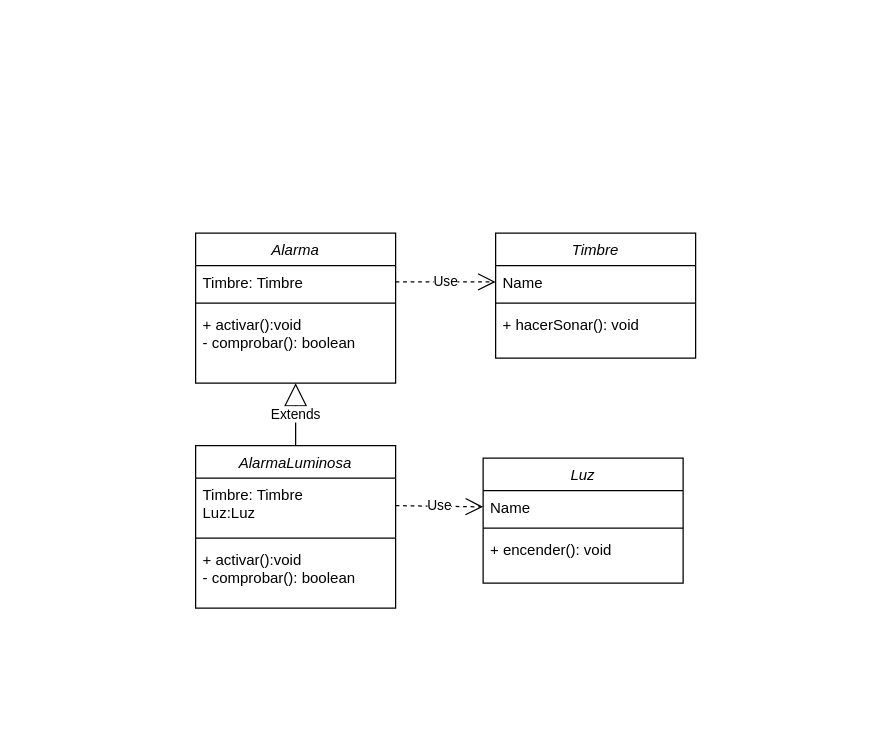
The draw.io diagram practica2/Alarma/Docs/Diagrama Clases - Alarma.drawio in Yaco10/ejercicios-poo-java, before the edit. Source tidied: cells renumbered, new cells numbered last; positions are measured from the earlier drawing's top-left corner, leaving out a move shared by most shapes. Both pictures are drawn from the tidied source at 125%, with x=0, y=0 at pixel (195, 232).
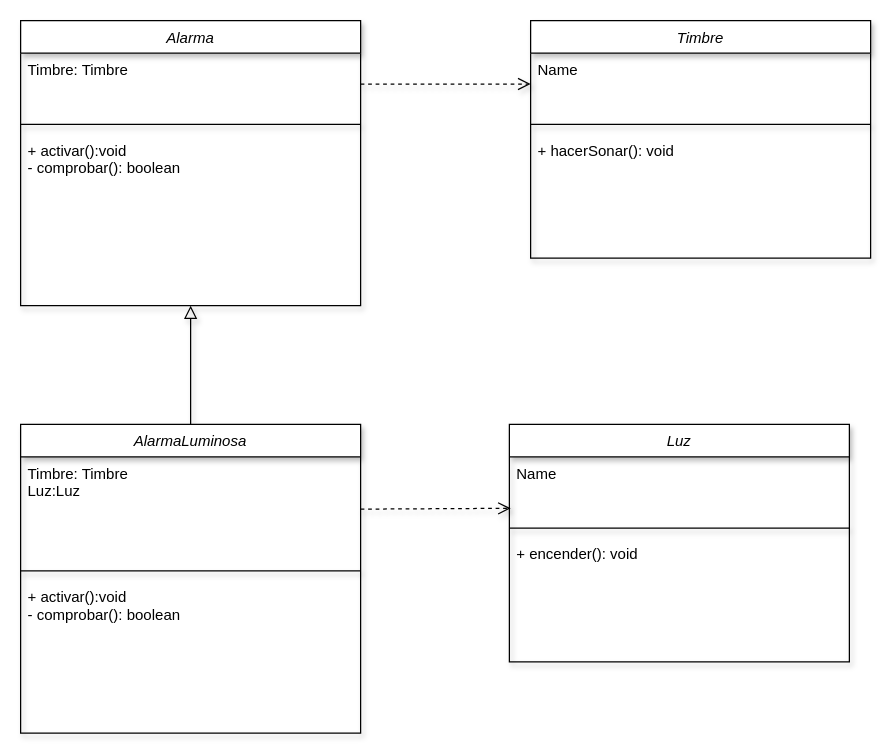
The same page after the edit.

Diff of the diagram source:
```diff
@@
-<mxGraphModel>
+<mxGraphModel background="#FFFFFF">
@@
+    <mxCell id="21" style="group;" parent="1" vertex="1">
+      <mxGeometry x="-140" y="-170" width="680" height="570" as="geometry" />
+    </mxCell>
-    <mxCell id="2" value="Timbre" style="swimlane;fontStyle=2;align=center;verticalAlign=top;horizontal=1;startSize=26;rounded=0;shadow=0;strokeWidth=1;" parent="1" vertex="1">
-      <mxGeometry x="240" width="160" height="100" as="geometry" />
+    <mxCell id="2" value="Timbre" style="swimlane;fontStyle=2;align=center;verticalAlign=top;horizontal=1;startSize=26;rounded=0;shadow=1;strokeWidth=1;" parent="21" vertex="1">
+      <mxGeometry x="408" width="272" height="190" as="geometry" />
     </mxCell>
-    <mxCell id="3" value="Name" style="text;align=left;verticalAlign=top;spacingLeft=4;spacingRight=4;overflow=hidden;points=[[0,0.5],[1,0.5]];portConstraint=eastwest;" parent="2" vertex="1">
-      <mxGeometry y="26" width="160" height="26" as="geometry" />
+    <mxCell id="3" value="Name" style="text;align=left;verticalAlign=top;spacingLeft=4;spacingRight=4;overflow=hidden;points=[[0,0.5],[1,0.5]];portConstraint=eastwest;shadow=1;" parent="2" vertex="1">
+      <mxGeometry y="26" width="272" height="49.4" as="geometry" />
     </mxCell>
-    <mxCell id="4" style="line;html=1;strokeWidth=1;align=left;verticalAlign=middle;spacingTop=-1;spacingLeft=3;spacingRight=3;labelPosition=right;" parent="2" vertex="1">
-      <mxGeometry y="52" width="160" height="8" as="geometry" />
+    <mxCell id="4" style="line;html=1;strokeWidth=1;align=left;verticalAlign=middle;spacingTop=-1;spacingLeft=3;spacingRight=3;labelPosition=right;shadow=1;" parent="2" vertex="1">
+      <mxGeometry y="75.4" width="272" height="15.2" as="geometry" />
     </mxCell>
-    <mxCell id="5" value="+ hacerSonar(): void" style="text;align=left;verticalAlign=top;spacingLeft=4;spacingRight=4;overflow=hidden;" parent="2" vertex="1">
-      <mxGeometry y="60" width="160" height="26" as="geometry" />
+    <mxCell id="5" value="+ hacerSonar(): void" style="text;align=left;verticalAlign=top;spacingLeft=4;spacingRight=4;overflow=hidden;shadow=1;" parent="2" vertex="1">
+      <mxGeometry y="90.6" width="272" height="49.4" as="geometry" />
     </mxCell>
-    <mxCell id="6" value="Luz" style="swimlane;fontStyle=2;align=center;verticalAlign=top;horizontal=1;startSize=26;rounded=0;shadow=0;strokeWidth=1;" parent="1" vertex="1">
-      <mxGeometry x="230" y="180" width="160" height="100" as="geometry" />
+    <mxCell id="6" value="Luz" style="swimlane;fontStyle=2;align=center;verticalAlign=top;horizontal=1;startSize=26;rounded=0;shadow=1;strokeWidth=1;" parent="21" vertex="1">
+      <mxGeometry x="391" y="323" width="272" height="190" as="geometry" />
     </mxCell>
-    <mxCell id="7" value="Name" style="text;align=left;verticalAlign=top;spacingLeft=4;spacingRight=4;overflow=hidden;points=[[0,0.5],[1,0.5]];portConstraint=eastwest;" parent="6" vertex="1">
-      <mxGeometry y="26" width="160" height="26" as="geometry" />
+    <mxCell id="7" value="Name" style="text;align=left;verticalAlign=top;spacingLeft=4;spacingRight=4;overflow=hidden;points=[[0,0.5],[1,0.5]];portConstraint=eastwest;shadow=1;" parent="6" vertex="1">
+      <mxGeometry y="26" width="272" height="49.4" as="geometry" />
     </mxCell>
-    <mxCell id="8" style="line;html=1;strokeWidth=1;align=left;verticalAlign=middle;spacingTop=-1;spacingLeft=3;spacingRight=3;labelPosition=right;" parent="6" vertex="1">
-      <mxGeometry y="52" width="160" height="8" as="geometry" />
+    <mxCell id="8" style="line;html=1;strokeWidth=1;align=left;verticalAlign=middle;spacingTop=-1;spacingLeft=3;spacingRight=3;labelPosition=right;shadow=1;" parent="6" vertex="1">
+      <mxGeometry y="75.4" width="272" height="15.2" as="geometry" />
     </mxCell>
-    <mxCell id="9" value="+ encender(): void" style="text;align=left;verticalAlign=top;spacingLeft=4;spacingRight=4;overflow=hidden;" parent="6" vertex="1">
-      <mxGeometry y="60" width="160" height="26" as="geometry" />
+    <mxCell id="9" value="+ encender(): void" style="text;align=left;verticalAlign=top;spacingLeft=4;spacingRight=4;overflow=hidden;shadow=1;" parent="6" vertex="1">
+      <mxGeometry y="90.6" width="272" height="49.4" as="geometry" />
     </mxCell>
-    <mxCell id="10" value="Alarma" style="swimlane;fontStyle=2;align=center;verticalAlign=top;horizontal=1;startSize=26;rounded=0;shadow=0;strokeWidth=1;" parent="1" vertex="1">
-      <mxGeometry width="160" height="120" as="geometry" />
+    <mxCell id="10" value="Alarma" style="swimlane;fontStyle=2;align=center;verticalAlign=top;horizontal=1;startSize=26;rounded=0;shadow=1;strokeWidth=1;" parent="21" vertex="1">
+      <mxGeometry width="272" height="228" as="geometry" />
     </mxCell>
-    <mxCell id="11" value="Timbre: Timbre" style="text;align=left;verticalAlign=top;spacingLeft=4;spacingRight=4;overflow=hidden;points=[[0,0.5],[1,0.5]];portConstraint=eastwest;" parent="10" vertex="1">
-      <mxGeometry y="26" width="160" height="26" as="geometry" />
+    <mxCell id="11" value="Timbre: Timbre" style="text;align=left;verticalAlign=top;spacingLeft=4;spacingRight=4;overflow=hidden;points=[[0,0.5],[1,0.5]];portConstraint=eastwest;shadow=1;" parent="10" vertex="1">
+      <mxGeometry y="26" width="272" height="49.4" as="geometry" />
     </mxCell>
-    <mxCell id="12" style="line;html=1;strokeWidth=1;align=left;verticalAlign=middle;spacingTop=-1;spacingLeft=3;spacingRight=3;labelPosition=right;" parent="10" vertex="1">
-      <mxGeometry y="52" width="160" height="8" as="geometry" />
+    <mxCell id="12" style="line;html=1;strokeWidth=1;align=left;verticalAlign=middle;spacingTop=-1;spacingLeft=3;spacingRight=3;labelPosition=right;shadow=1;" parent="10" vertex="1">
+      <mxGeometry y="75.4" width="272" height="15.2" as="geometry" />
     </mxCell>
-    <mxCell id="13" value="+ activar():void&#10;- comprobar(): boolean&#10;" style="text;align=left;verticalAlign=top;spacingLeft=4;spacingRight=4;overflow=hidden;" parent="10" vertex="1">
-      <mxGeometry y="60" width="160" height="60" as="geometry" />
+    <mxCell id="13" value="+ activar():void&#10;- comprobar(): boolean&#10;" style="text;align=left;verticalAlign=top;spacingLeft=4;spacingRight=4;overflow=hidden;shadow=1;" parent="10" vertex="1">
+      <mxGeometry y="90.6" width="272" height="114" as="geometry" />
     </mxCell>
+    <mxCell id="20" style="edgeStyle=none;html=1;endSize=8;endArrow=block;endFill=0;shadow=1;" parent="21" edge="1" source="14" target="10">
+      <mxGeometry relative="1" as="geometry" />
+    </mxCell>
-    <mxCell id="14" value="AlarmaLuminosa" style="swimlane;fontStyle=2;align=center;verticalAlign=top;horizontal=1;startSize=26;rounded=0;shadow=0;strokeWidth=1;" parent="1" vertex="1">
-      <mxGeometry y="170" width="160" height="130" as="geometry" />
+    <mxCell id="14" value="AlarmaLuminosa" style="swimlane;fontStyle=2;align=center;verticalAlign=top;horizontal=1;startSize=26;rounded=0;shadow=1;strokeWidth=1;" parent="21" vertex="1">
+      <mxGeometry y="323" width="272" height="247" as="geometry" />
     </mxCell>
-    <mxCell id="15" value="Timbre: Timbre&#10;Luz:Luz&#10;" style="text;align=left;verticalAlign=top;spacingLeft=4;spacingRight=4;overflow=hidden;points=[[0,0.5],[1,0.5]];portConstraint=eastwest;" parent="14" vertex="1">
-      <mxGeometry y="26" width="160" height="44" as="geometry" />
+    <mxCell id="15" value="Timbre: Timbre&#10;Luz:Luz&#10;" style="text;align=left;verticalAlign=top;spacingLeft=4;spacingRight=4;overflow=hidden;points=[[0,0.5],[1,0.5]];portConstraint=eastwest;shadow=1;" parent="14" vertex="1">
+      <mxGeometry y="26" width="272" height="83.6" as="geometry" />
     </mxCell>
-    <mxCell id="16" style="line;html=1;strokeWidth=1;align=left;verticalAlign=middle;spacingTop=-1;spacingLeft=3;spacingRight=3;labelPosition=right;" parent="14" vertex="1">
-      <mxGeometry y="70" width="160" height="8" as="geometry" />
+    <mxCell id="16" style="line;html=1;strokeWidth=1;align=left;verticalAlign=middle;spacingTop=-1;spacingLeft=3;spacingRight=3;labelPosition=right;shadow=1;" parent="14" vertex="1">
+      <mxGeometry y="109.6" width="272" height="15.2" as="geometry" />
     </mxCell>
-    <mxCell id="17" value="+ activar():void&#10;- comprobar(): boolean" style="text;align=left;verticalAlign=top;spacingLeft=4;spacingRight=4;overflow=hidden;" parent="14" vertex="1">
-      <mxGeometry y="78" width="160" height="52" as="geometry" />
+    <mxCell id="17" value="+ activar():void&#10;- comprobar(): boolean" style="text;align=left;verticalAlign=top;spacingLeft=4;spacingRight=4;overflow=hidden;shadow=1;" parent="14" vertex="1">
+      <mxGeometry y="124.8" width="272" height="98.8" as="geometry" />
     </mxCell>
+    <mxCell id="19" style="edgeStyle=none;html=1;exitX=1;exitY=0.5;exitDx=0;exitDy=0;entryX=0.004;entryY=0.833;entryDx=0;entryDy=0;entryPerimeter=0;endSize=8;endArrow=open;endFill=0;dashed=1;shadow=1;" parent="21" edge="1" source="15" target="7">
+      <mxGeometry relative="1" as="geometry" />
+    </mxCell>
-    <mxCell id="18" value="Use" style="endArrow=open;endSize=12;dashed=1;html=1;rounded=0;exitX=1;exitY=0.5;exitDx=0;exitDy=0;entryX=0;entryY=0.5;entryDx=0;entryDy=0;" parent="1" edge="1" source="11" target="3">
+    <mxCell id="18" style="edgeStyle=none;html=1;entryX=0;entryY=0.5;entryDx=0;entryDy=0;endSize=8;endArrow=open;endFill=0;dashed=1;shadow=1;" parent="21" edge="1" source="11" target="3">
       <mxGeometry relative="1" as="geometry" />
     </mxCell>
-    <mxCell id="19" value="Use" style="endArrow=open;endSize=12;dashed=1;html=1;rounded=0;exitX=1;exitY=0.5;exitDx=0;exitDy=0;entryX=0;entryY=0.5;entryDx=0;entryDy=0;" parent="1" edge="1" source="15" target="7">
-      <mxGeometry relative="1" as="geometry" />
-    </mxCell>
-    <mxCell id="20" value="Extends" style="endArrow=block;endSize=16;endFill=0;html=1;rounded=0;exitX=0.5;exitY=0;exitDx=0;exitDy=0;entryX=0.5;entryY=1;entryDx=0;entryDy=0;" parent="1" edge="1" source="14" target="10">
-      <mxGeometry relative="1" as="geometry" />
-    </mxCell>
```
